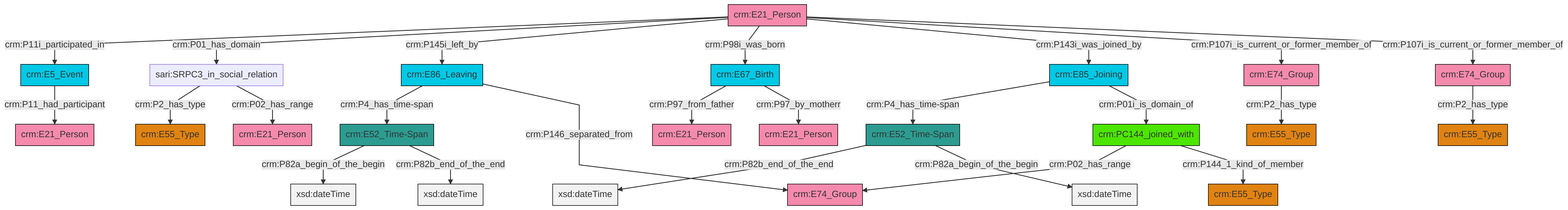
Above: et/personCSV/ttl/mmd/png/Person_Actor_Relations.png in swiss-art-research-net/reference-data-models (Mermaid), before the change. Its source is kept beside it as et/personCSV/ttl/mmd/Person_Actor_Relations.ttl.mmd.
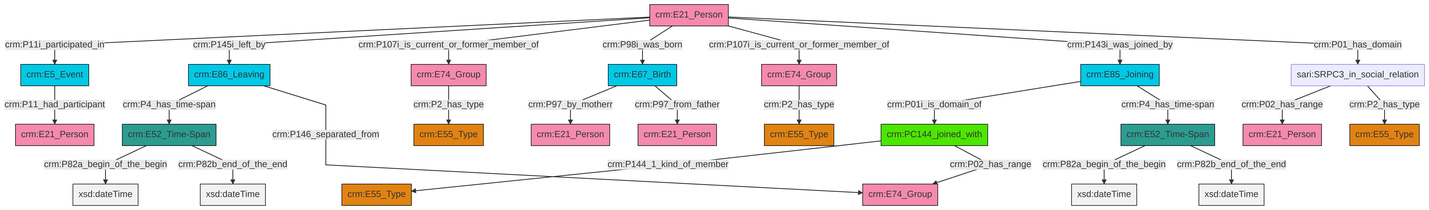
The same diagram one commit later.

Change to the diagram source:
```diff
@@ -13,27 +13,27 @@
 classDef PC_Classes fill:#4ce600, stroke:#000000;
 classDef Multi fill:#cccccc,stroke:#000000;
 
-0["crm:E21_Person"]:::Actor -->|crm:P11i_participated_in| 1["crm:E5_Event"]:::Temporal_Entity
-2["crm:E86_Leaving"]:::Temporal_Entity -->|crm:P4_has_time-span| 3["crm:E52_Time-Span"]:::Time-Span
-4["crm:E52_Time-Span"]:::Time-Span -->|crm:P82b_end_of_the_end| 5[xsd:dateTime]:::Literal
-0["crm:E21_Person"]:::Actor -->|crm:P01_has_domain| 7["sari:SRPC3_in_social_relation"]:::Default
-2["crm:E86_Leaving"]:::Temporal_Entity -->|crm:P146_separated_from| 9["crm:E74_Group"]:::Actor
-0["crm:E21_Person"]:::Actor -->|crm:P145i_left_by| 2["crm:E86_Leaving"]:::Temporal_Entity
-10["crm:E67_Birth"]:::Temporal_Entity -->|crm:P97_from_father| 11["crm:E21_Person"]:::Actor
-0["crm:E21_Person"]:::Actor -->|crm:P98i_was_born| 10["crm:E67_Birth"]:::Temporal_Entity
-7["sari:SRPC3_in_social_relation"]:::Default -->|crm:P2_has_type| 17["crm:E55_Type"]:::Type
-18["crm:E74_Group"]:::Actor -->|crm:P2_has_type| 19["crm:E55_Type"]:::Type
-3["crm:E52_Time-Span"]:::Time-Span -->|crm:P82a_begin_of_the_begin| 25[xsd:dateTime]:::Literal
-10["crm:E67_Birth"]:::Temporal_Entity -->|crm:P97_by_motherr| 14["crm:E21_Person"]:::Actor
-26["crm:E85_Joining"]:::Temporal_Entity -->|crm:P4_has_time-span| 4["crm:E52_Time-Span"]:::Time-Span
-27["crm:E74_Group"]:::Actor -->|crm:P2_has_type| 28["crm:E55_Type"]:::Type
-1["crm:E5_Event"]:::Temporal_Entity -->|crm:P11_had_participant| 29["crm:E21_Person"]:::Actor
-32["crm:PC144_joined_with"]:::PC_Classes -->|crm:P02_has_range| 9["crm:E74_Group"]:::Actor
-4["crm:E52_Time-Span"]:::Time-Span -->|crm:P82a_begin_of_the_begin| 34[xsd:dateTime]:::Literal
-0["crm:E21_Person"]:::Actor -->|crm:P143i_was_joined_by| 26["crm:E85_Joining"]:::Temporal_Entity
-3["crm:E52_Time-Span"]:::Time-Span -->|crm:P82b_end_of_the_end| 37[xsd:dateTime]:::Literal
-32["crm:PC144_joined_with"]:::PC_Classes -->|crm:P144_1_kind_of_member| 12["crm:E55_Type"]:::Type
-0["crm:E21_Person"]:::Actor -->|crm:P107i_is_current_or_former_member_of| 18["crm:E74_Group"]:::Actor
-0["crm:E21_Person"]:::Actor -->|crm:P107i_is_current_or_former_member_of| 27["crm:E74_Group"]:::Actor
-26["crm:E85_Joining"]:::Temporal_Entity -->|crm:P01i_is_domain_of| 32["crm:PC144_joined_with"]:::PC_Classes
-7["sari:SRPC3_in_social_relation"]:::Default -->|crm:P02_has_range| 43["crm:E21_Person"]:::Actor
+2["crm:E85_Joining"]:::Temporal_Entity -->|crm:P01i_is_domain_of| 3["crm:PC144_joined_with"]:::PC_Classes
+5["sari:SRPC3_in_social_relation"]:::Default -->|crm:P02_has_range| 0["crm:E21_Person"]:::Actor
+6["crm:E67_Birth"]:::Temporal_Entity -->|crm:P97_by_motherr| 7["crm:E21_Person"]:::Actor
+2["crm:E85_Joining"]:::Temporal_Entity -->|crm:P4_has_time-span| 8["crm:E52_Time-Span"]:::Time-Span
+11["crm:E21_Person"]:::Actor -->|crm:P11i_participated_in| 12["crm:E5_Event"]:::Temporal_Entity
+11["crm:E21_Person"]:::Actor -->|crm:P145i_left_by| 14["crm:E86_Leaving"]:::Temporal_Entity
+8["crm:E52_Time-Span"]:::Time-Span -->|crm:P82a_begin_of_the_begin| 15[xsd:dateTime]:::Literal
+20["crm:E52_Time-Span"]:::Time-Span -->|crm:P82a_begin_of_the_begin| 21[xsd:dateTime]:::Literal
+24["crm:E74_Group"]:::Actor -->|crm:P2_has_type| 25["crm:E55_Type"]:::Type
+11["crm:E21_Person"]:::Actor -->|crm:P107i_is_current_or_former_member_of| 26["crm:E74_Group"]:::Actor
+11["crm:E21_Person"]:::Actor -->|crm:P98i_was_born| 6["crm:E67_Birth"]:::Temporal_Entity
+11["crm:E21_Person"]:::Actor -->|crm:P107i_is_current_or_former_member_of| 24["crm:E74_Group"]:::Actor
+11["crm:E21_Person"]:::Actor -->|crm:P143i_was_joined_by| 2["crm:E85_Joining"]:::Temporal_Entity
+14["crm:E86_Leaving"]:::Temporal_Entity -->|crm:P4_has_time-span| 20["crm:E52_Time-Span"]:::Time-Span
+5["sari:SRPC3_in_social_relation"]:::Default -->|crm:P2_has_type| 9["crm:E55_Type"]:::Type
+8["crm:E52_Time-Span"]:::Time-Span -->|crm:P82b_end_of_the_end| 36[xsd:dateTime]:::Literal
+3["crm:PC144_joined_with"]:::PC_Classes -->|crm:P144_1_kind_of_member| 22["crm:E55_Type"]:::Type
+20["crm:E52_Time-Span"]:::Time-Span -->|crm:P82b_end_of_the_end| 37[xsd:dateTime]:::Literal
+26["crm:E74_Group"]:::Actor -->|crm:P2_has_type| 32["crm:E55_Type"]:::Type
+12["crm:E5_Event"]:::Temporal_Entity -->|crm:P11_had_participant| 17["crm:E21_Person"]:::Actor
+6["crm:E67_Birth"]:::Temporal_Entity -->|crm:P97_from_father| 27["crm:E21_Person"]:::Actor
+14["crm:E86_Leaving"]:::Temporal_Entity -->|crm:P146_separated_from| 43["crm:E74_Group"]:::Actor
+11["crm:E21_Person"]:::Actor -->|crm:P01_has_domain| 5["sari:SRPC3_in_social_relation"]:::Default
+3["crm:PC144_joined_with"]:::PC_Classes -->|crm:P02_has_range| 43["crm:E74_Group"]:::Actor
```
